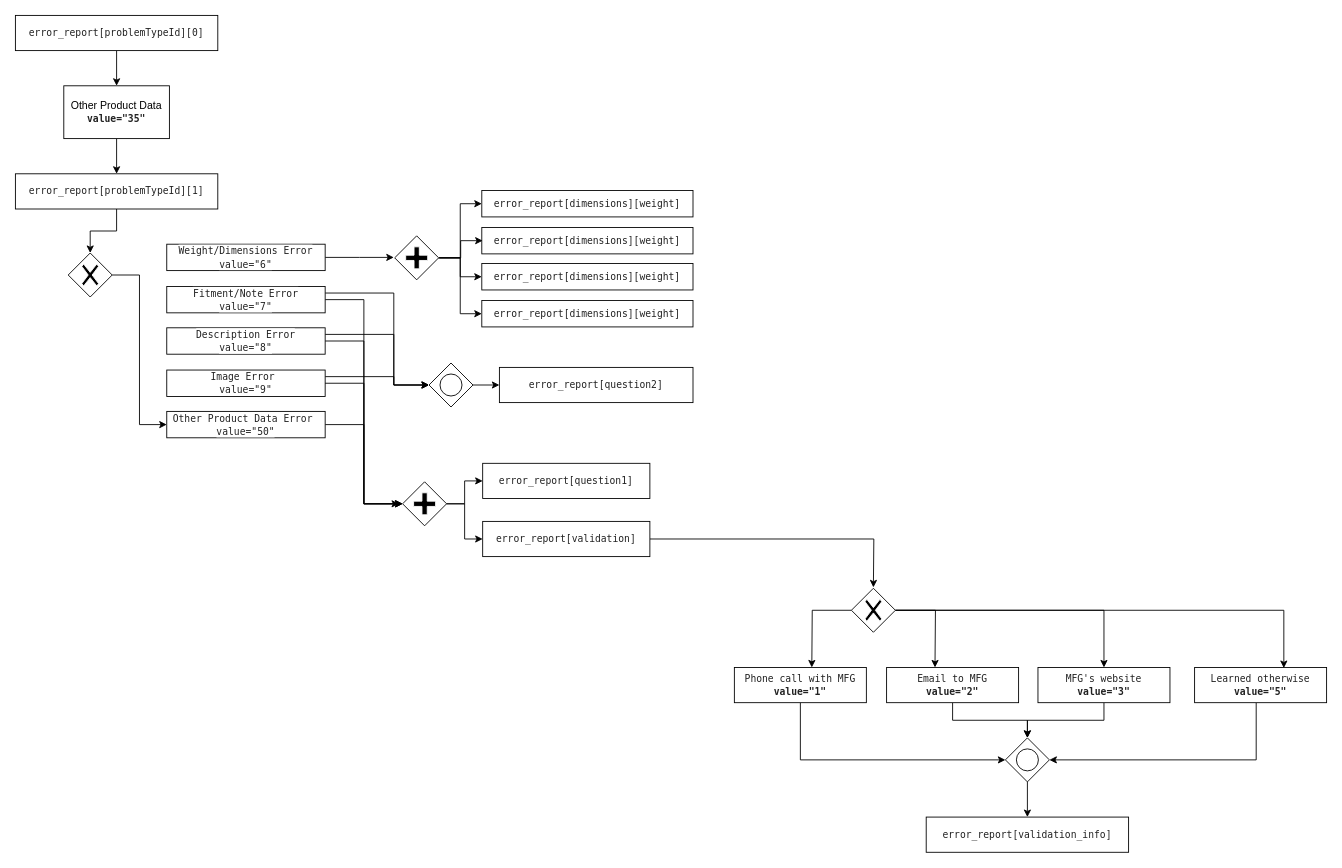
yvelio/test keeps this draw.io diagram as page "Other Product Data" (4 of 11) of report-error.drawio. Above is the earlier version. Source tidied: cells renumbered, new cells numbered last; positions are measured from the earlier drawing's top-left corner, leaving out a move shared by most shapes. Both pictures are drawn from the tidied source at 88%, with x=0, y=0 at pixel (15, 15).
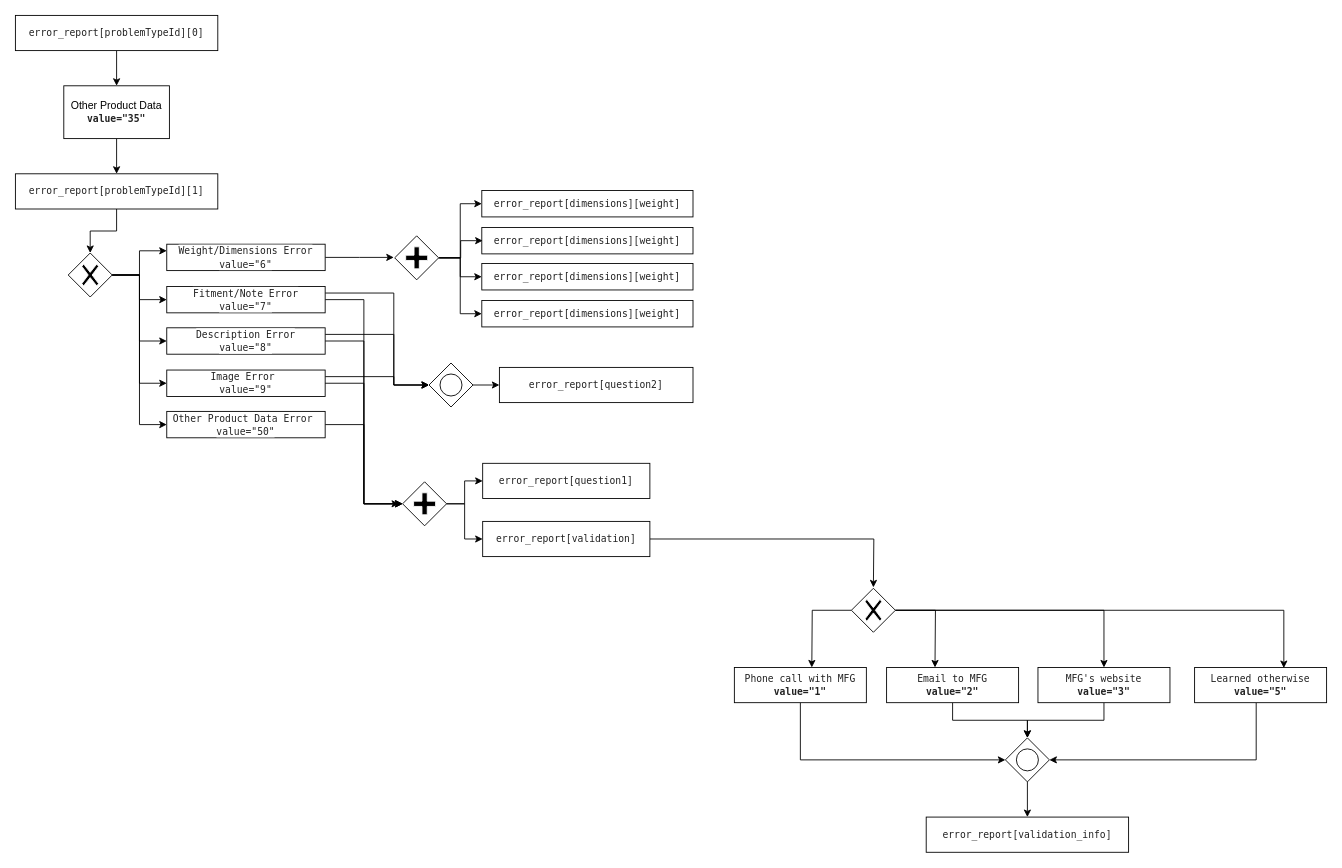
The same diagram, later.

Unchanged cells that the change refers to:
```xml
<mxCell id="8" style="shape=mxgraph.bpmn.shape;html=1;verticalLabelPosition=bottom;labelBackgroundColor=#ffffff;verticalAlign=top;align=center;perimeter=rhombusPerimeter;background=gateway;outlineConnect=0;outline=none;symbol=exclusiveGw;" parent="1" vertex="1">
  <mxGeometry x="60" y="270" width="50" height="50" as="geometry" />
</mxCell>
<mxCell id="12" value="&lt;span style=&quot;text-align: left ; background-color: rgb(255 , 255 , 255)&quot;&gt;&lt;font color=&quot;#222222&quot; face=&quot;menlo, monospace&quot;&gt;&lt;span style=&quot;font-size: 11px&quot;&gt;      Weight/Dimensions Error value=&quot;6&quot;&lt;/span&gt;&lt;/font&gt;&lt;br&gt;&lt;/span&gt;" style="whiteSpace=wrap;html=1;" parent="1" vertex="1">
  <mxGeometry x="172" y="260" width="180" height="30" as="geometry" />
</mxCell>
<mxCell id="15" value="&lt;span style=&quot;text-align: left ; background-color: rgb(255 , 255 , 255)&quot;&gt;&lt;font color=&quot;#222222&quot; face=&quot;menlo, monospace&quot;&gt;&lt;span style=&quot;font-size: 11px&quot;&gt;      Fitment/Note Error value=&quot;7&quot;&lt;/span&gt;&lt;/font&gt;&lt;br&gt;&lt;/span&gt;" style="whiteSpace=wrap;html=1;" parent="1" vertex="1">
  <mxGeometry x="172" y="308" width="180" height="30" as="geometry" />
</mxCell>
<mxCell id="18" value="&lt;span style=&quot;text-align: left ; background-color: rgb(255 , 255 , 255)&quot;&gt;&lt;font color=&quot;#222222&quot; face=&quot;menlo, monospace&quot;&gt;&lt;span style=&quot;font-size: 11px&quot;&gt;      Description Error&lt;br&gt;value=&quot;8&quot;&lt;/span&gt;&lt;/font&gt;&lt;br&gt;&lt;/span&gt;" style="whiteSpace=wrap;html=1;" parent="1" vertex="1">
  <mxGeometry x="172" y="355" width="180" height="30" as="geometry" />
</mxCell>
<mxCell id="21" value="&lt;span style=&quot;color: rgb(34 , 34 , 34) ; font-family: &amp;#34;menlo&amp;#34; , monospace ; font-size: 11px ; text-align: left ; background-color: rgb(255 , 255 , 255)&quot;&gt;Image Error&amp;nbsp;&lt;br&gt;&lt;/span&gt;&lt;span style=&quot;text-align: left ; background-color: rgb(255 , 255 , 255)&quot;&gt;&lt;font color=&quot;#222222&quot; face=&quot;menlo, monospace&quot;&gt;&lt;span style=&quot;font-size: 11px&quot;&gt;value=&quot;9&quot;&lt;/span&gt;&lt;/font&gt;&lt;br&gt;&lt;/span&gt;" style="whiteSpace=wrap;html=1;" parent="1" vertex="1">
  <mxGeometry x="172" y="403" width="180" height="30" as="geometry" />
</mxCell>
```

Diff of the diagram source:
```diff
@@
+    <mxCell id="57" style="edgeStyle=orthogonalEdgeStyle;rounded=0;jettySize=auto;html=1;entryX=0;entryY=0.25;entryDx=0;entryDy=0;" parent="1" edge="1" source="8" target="12">
+      <mxGeometry relative="1" as="geometry" />
+    </mxCell>
+    <mxCell id="58" style="edgeStyle=orthogonalEdgeStyle;rounded=0;jettySize=auto;html=1;entryX=0;entryY=0.5;entryDx=0;entryDy=0;" parent="1" edge="1" source="8" target="15">
+      <mxGeometry relative="1" as="geometry" />
+    </mxCell>
+    <mxCell id="59" style="edgeStyle=orthogonalEdgeStyle;rounded=0;jettySize=auto;html=1;entryX=0;entryY=0.5;entryDx=0;entryDy=0;" parent="1" edge="1" source="8" target="18">
+      <mxGeometry relative="1" as="geometry" />
+    </mxCell>
+    <mxCell id="60" style="edgeStyle=orthogonalEdgeStyle;rounded=0;jettySize=auto;html=1;entryX=0;entryY=0.5;entryDx=0;entryDy=0;" parent="1" edge="1" source="8" target="21">
+      <mxGeometry relative="1" as="geometry" />
+    </mxCell>
```
